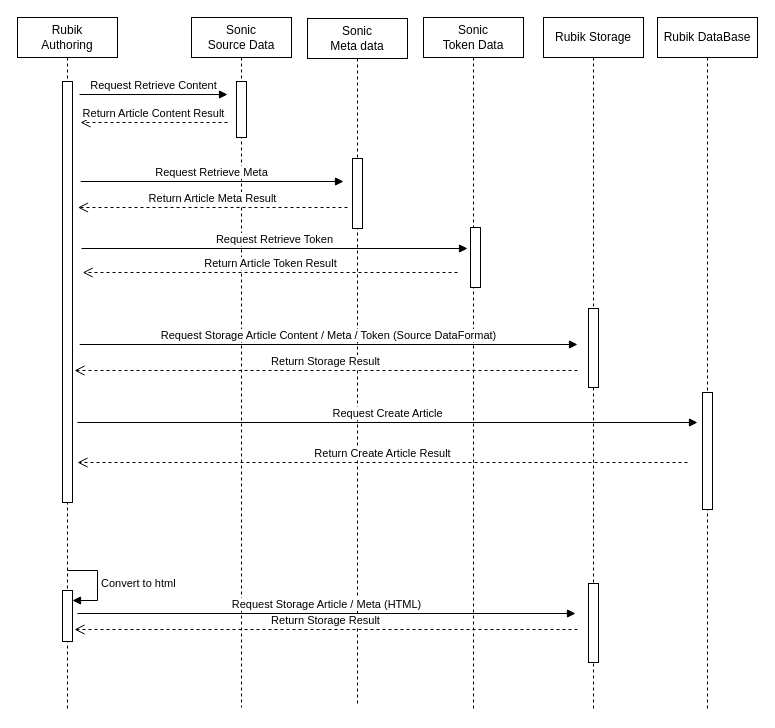
Before: page "Page-15" (15 of 15) of 2.drawio in hy986/Repo_0110, a draw.io diagram. Source tidied: cells renumbered, new cells numbered last; positions are measured from the earlier drawing's top-left corner, leaving out a move shared by most shapes. Both pictures are drawn from the tidied source at 100%, with x=0, y=0 at pixel (17, 17).
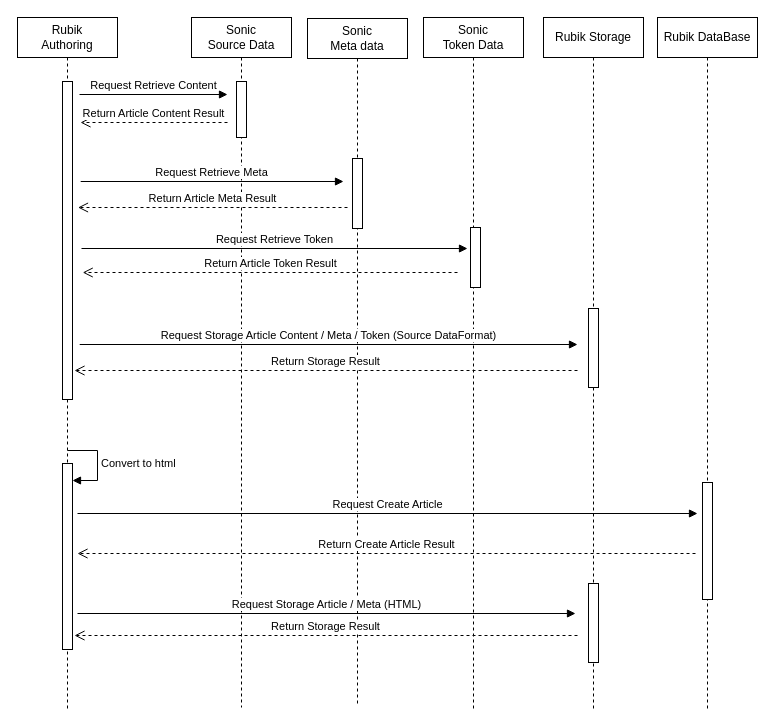
After the change.

Unchanged cells that the change refers to:
```xml
<mxCell id="2" value="Rubik&lt;br&gt;Authoring" style="shape=umlLifeline;perimeter=lifelinePerimeter;whiteSpace=wrap;html=1;newEdgeStyle={&quot;edgeStyle&quot;:&quot;elbowEdgeStyle&quot;,&quot;elbow&quot;:&quot;vertical&quot;,&quot;curved&quot;:0,&quot;rounded&quot;:0};" parent="1" vertex="1">
  <mxGeometry width="100" height="691" as="geometry" />
</mxCell>
<mxCell id="23" value="Rubik DataBase" style="shape=umlLifeline;perimeter=lifelinePerimeter;whiteSpace=wrap;html=1;newEdgeStyle={&quot;edgeStyle&quot;:&quot;elbowEdgeStyle&quot;,&quot;elbow&quot;:&quot;vertical&quot;,&quot;curved&quot;:0,&quot;rounded&quot;:0};" parent="1" vertex="1">
  <mxGeometry x="640" width="100" height="693" as="geometry" />
</mxCell>
```

Diff of the diagram source:
```diff
@@
     <mxCell id="3" style="html=1;perimeter=orthogonalPerimeter;targetShapes=umlLifeline;newEdgeStyle={&quot;curved&quot;:0,&quot;rounded&quot;:0};" parent="2" vertex="1">
-      <mxGeometry x="45" y="64" width="10" height="421" as="geometry" />
+      <mxGeometry x="45" y="64" width="10" height="318" as="geometry" />
     </mxCell>
     <mxCell id="4" style="html=1;points=[[0,0,0,0,5],[0,1,0,0,-5],[1,0,0,0,5],[1,1,0,0,-5]];perimeter=orthogonalPerimeter;outlineConnect=0;targetShapes=umlLifeline;portConstraint=eastwest;newEdgeStyle={&quot;curved&quot;:0,&quot;rounded&quot;:0};" parent="2" vertex="1">
-      <mxGeometry x="45" y="573" width="10" height="51" as="geometry" />
+      <mxGeometry x="45" y="446" width="10" height="186" as="geometry" />
     </mxCell>
-    <mxCell id="5" value="Convert to html" style="html=1;align=left;spacingLeft=2;endArrow=block;rounded=0;edgeStyle=orthogonalEdgeStyle;curved=0;rounded=0;" parent="2" edge="1" target="4">
+    <mxCell id="5" value="Convert to html" style="html=1;align=left;spacingLeft=2;endArrow=block;rounded=0;edgeStyle=orthogonalEdgeStyle;curved=0;rounded=0;" parent="2" edge="1">
       <mxGeometry relative="1" as="geometry">
-        <mxPoint x="50" y="553" as="sourcePoint" />
+        <mxPoint x="50" y="433" as="sourcePoint" />
+        <mxPoint x="55" y="463" as="targetPoint" />
         <Array as="points">
-          <mxPoint x="80" y="583" />
+          <mxPoint x="80" y="433" />
+          <mxPoint x="80" y="463" />
         </Array>
       </mxGeometry>
     </mxCell>
@@
     <mxCell id="24" style="html=1;perimeter=orthogonalPerimeter;targetShapes=umlLifeline;newEdgeStyle={&quot;curved&quot;:0,&quot;rounded&quot;:0};" parent="23" vertex="1">
-      <mxGeometry x="45" y="375" width="10" height="117" as="geometry" />
+      <mxGeometry x="45" y="465" width="10" height="117" as="geometry" />
     </mxCell>
     <mxCell id="25" value="Request Create Article" style="html=1;verticalAlign=bottom;endArrow=block;curved=0;rounded=0;" parent="1" edge="1">
       <mxGeometry relative="1" as="geometry">
-        <mxPoint x="60" y="405" as="sourcePoint" />
-        <mxPoint x="680" y="405" as="targetPoint" />
+        <mxPoint x="60" y="496" as="sourcePoint" />
+        <mxPoint x="680" y="496" as="targetPoint" />
       </mxGeometry>
     </mxCell>
     <mxCell id="26" value="Return Create Article Result" style="html=1;verticalAlign=bottom;endArrow=open;dashed=1;endSize=8;curved=0;rounded=0;" parent="1" edge="1">
       <mxGeometry relative="1" as="geometry">
-        <mxPoint x="670" y="445" as="sourcePoint" />
-        <mxPoint x="60" y="445" as="targetPoint" />
+        <mxPoint x="678" y="536" as="sourcePoint" />
+        <mxPoint x="60" y="536" as="targetPoint" />
       </mxGeometry>
     </mxCell>
@@
     <mxCell id="28" value="Return Storage Result" style="html=1;verticalAlign=bottom;endArrow=open;dashed=1;endSize=8;curved=0;rounded=0;" parent="1" edge="1">
       <mxGeometry relative="1" as="geometry">
-        <mxPoint x="560" y="612" as="sourcePoint" />
-        <mxPoint x="57" y="612" as="targetPoint" />
+        <mxPoint x="560" y="618" as="sourcePoint" />
+        <mxPoint x="57" y="618" as="targetPoint" />
       </mxGeometry>
     </mxCell>
```
